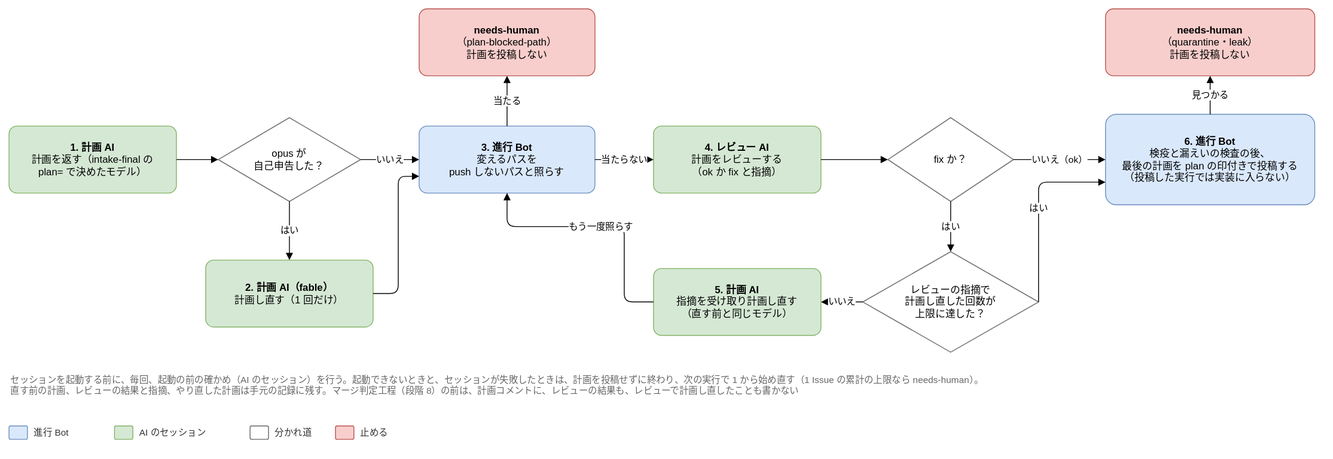
Joymerrevent/dev-autopilot keeps this draw.io diagram as docs/design/basic/diagrams/02-plan-step.drawio.svg. Above is the earlier version. Source tidied: cells renumbered, new cells last; positions are measured from the earlier drawing's top-left corner, leaving out a move shared by most shapes.
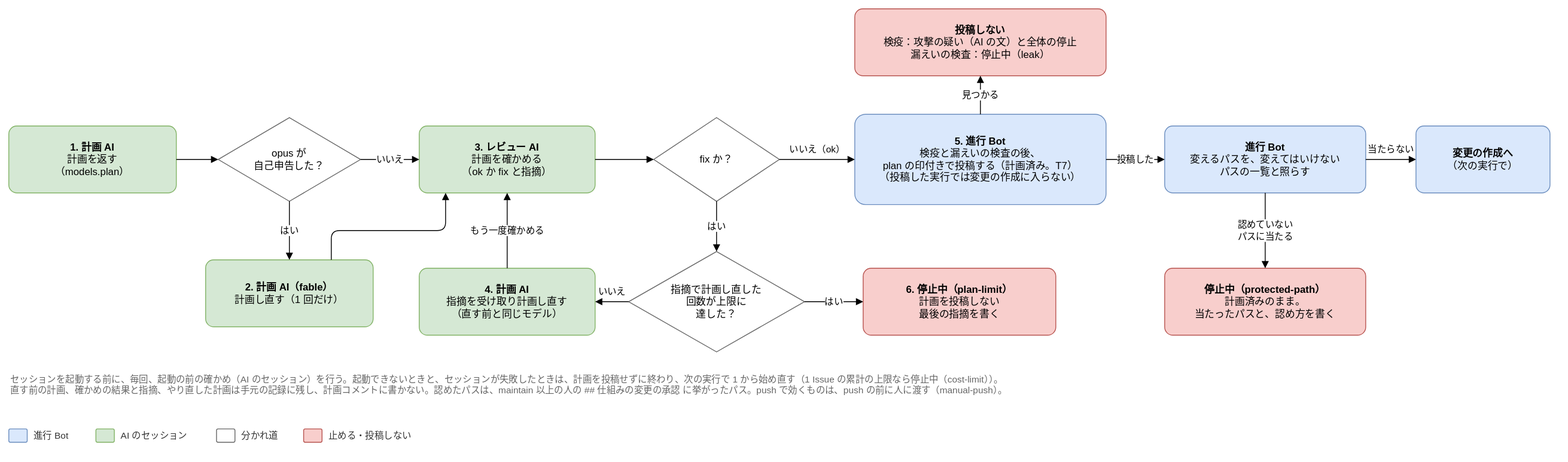
Above is the later version.

The edit, as a diff of the source:
```diff
@@ -2,7 +2,7 @@
   <root>
     <mxCell id="0" />
     <mxCell id="1" parent="0" />
-    <mxCell id="2" value="&lt;b&gt;1. 計画 AI&lt;/b&gt;&lt;br&gt;計画を返す（intake-final の&lt;br&gt;plan= で決めたモデル）" style="rounded=1;whiteSpace=wrap;html=1;fontSize=12;arcSize=12;spacing=12;fillColor=#d5e8d4;strokeColor=#82b366;" parent="1" vertex="1">
+    <mxCell id="2" value="&lt;b&gt;1. 計画 AI&lt;/b&gt;&lt;br&gt;計画を返す&lt;br&gt;（models.plan）" style="rounded=1;whiteSpace=wrap;html=1;fontSize=12;arcSize=12;spacing=12;fillColor=#d5e8d4;strokeColor=#82b366;" parent="1" vertex="1">
       <mxGeometry y="140" width="200" height="80" as="geometry" />
     </mxCell>
     <mxCell id="3" value="opus が&lt;br&gt;自己申告した？" style="rhombus;whiteSpace=wrap;html=1;fontSize=12;spacing=12;fillColor=#ffffff;strokeColor=#666666;" parent="1" vertex="1">
@@ -11,111 +11,115 @@
     <mxCell id="4" value="&lt;b&gt;2. 計画 AI（fable）&lt;/b&gt;&lt;br&gt;計画し直す（1 回だけ）" style="rounded=1;whiteSpace=wrap;html=1;fontSize=12;arcSize=12;spacing=12;fillColor=#d5e8d4;strokeColor=#82b366;" parent="1" vertex="1">
       <mxGeometry x="235" y="300" width="200" height="80" as="geometry" />
     </mxCell>
-    <mxCell id="5" value="&lt;b&gt;3. 進行 Bot&lt;/b&gt;&lt;br&gt;変えるパスを&lt;br&gt;push しないパスと照らす" style="rounded=1;whiteSpace=wrap;html=1;fontSize=12;arcSize=12;spacing=12;fillColor=#dae8fc;strokeColor=#6c8ebf;" parent="1" vertex="1">
-      <mxGeometry x="490" y="140" width="210" height="80" as="geometry" />
-    </mxCell>
-    <mxCell id="6" value="&lt;b&gt;needs-human&lt;/b&gt;&lt;br&gt;（plan-blocked-path）&lt;br&gt;計画を投稿しない" style="rounded=1;whiteSpace=wrap;html=1;fontSize=12;arcSize=12;spacing=12;fillColor=#f8cecc;strokeColor=#b85450;" parent="1" vertex="1">
-      <mxGeometry x="490" width="210" height="80" as="geometry" />
-    </mxCell>
-    <mxCell id="7" value="&lt;b&gt;4. レビュー AI&lt;/b&gt;&lt;br&gt;計画をレビューする&lt;br&gt;（ok か fix と指摘）" style="rounded=1;whiteSpace=wrap;html=1;fontSize=12;arcSize=12;spacing=12;fillColor=#d5e8d4;strokeColor=#82b366;" parent="1" vertex="1">
-      <mxGeometry x="770" y="140" width="200" height="80" as="geometry" />
-    </mxCell>
+    <mxCell id="35" value="&lt;b&gt;3. レビュー AI&lt;/b&gt;&lt;br&gt;計画を確かめる&lt;br&gt;（ok か fix と指摘）" style="rounded=1;whiteSpace=wrap;html=1;fontSize=12;arcSize=12;spacing=12;fillColor=#d5e8d4;strokeColor=#82b366;" parent="1" vertex="1">
+      <mxGeometry x="490" y="140" width="210" height="80" as="geometry" />
+    </mxCell>
     <mxCell id="8" value="fix か？" style="rhombus;whiteSpace=wrap;html=1;fontSize=12;spacing=12;fillColor=#ffffff;strokeColor=#666666;" parent="1" vertex="1">
-      <mxGeometry x="1050" y="130" width="150" height="100" as="geometry" />
+      <mxGeometry x="770" y="130" width="150" height="100" as="geometry" />
     </mxCell>
-    <mxCell id="9" value="レビューの指摘で&lt;br&gt;計画し直した回数が&lt;br&gt;上限に達した？" style="rhombus;whiteSpace=wrap;html=1;fontSize=12;spacing=12;fillColor=#ffffff;strokeColor=#666666;" parent="1" vertex="1">
-      <mxGeometry x="1020" y="290" width="210" height="120" as="geometry" />
+    <mxCell id="9" value="指摘で計画し直した&lt;br&gt;回数が上限に&lt;br&gt;達した？" style="rhombus;whiteSpace=wrap;html=1;fontSize=12;spacing=12;fillColor=#ffffff;strokeColor=#666666;" parent="1" vertex="1">
+      <mxGeometry x="740" y="290" width="210" height="120" as="geometry" />
     </mxCell>
+    <mxCell id="7" value="&lt;b&gt;4. 計画 AI&lt;/b&gt;&lt;br&gt;指摘を受け取り計画し直す&lt;br&gt;（直す前と同じモデル）" style="rounded=1;whiteSpace=wrap;html=1;fontSize=12;arcSize=12;spacing=12;fillColor=#d5e8d4;strokeColor=#82b366;" parent="1" vertex="1">
+      <mxGeometry x="490" y="310" width="210" height="80" as="geometry" />
+    </mxCell>
+    <mxCell id="11" value="&lt;b&gt;6. 停止中（plan-limit）&lt;/b&gt;&lt;br&gt;計画を投稿しない&lt;br&gt;最後の指摘を書く" style="rounded=1;whiteSpace=wrap;html=1;fontSize=12;arcSize=12;spacing=12;fillColor=#f8cecc;strokeColor=#b85450;" parent="1" vertex="1">
+      <mxGeometry x="1020" y="310" width="230" height="80" as="geometry" />
+    </mxCell>
-    <mxCell id="10" value="&lt;b&gt;5. 計画 AI&lt;/b&gt;&lt;br&gt;指摘を受け取り計画し直す&lt;br&gt;（直す前と同じモデル）" style="rounded=1;whiteSpace=wrap;html=1;fontSize=12;arcSize=12;spacing=12;fillColor=#d5e8d4;strokeColor=#82b366;" parent="1" vertex="1">
-      <mxGeometry x="770" y="310" width="200" height="80" as="geometry" />
+    <mxCell id="10" value="&lt;b&gt;5. 進行 Bot&lt;/b&gt;&lt;br&gt;検疫と漏えいの検査の後、&lt;br&gt;plan の印付きで投稿する（計画済み。T7）&lt;br&gt;（投稿した実行では変更の作成に入らない）" style="rounded=1;whiteSpace=wrap;html=1;fontSize=12;arcSize=12;spacing=12;fillColor=#dae8fc;strokeColor=#6c8ebf;" parent="1" vertex="1">
+      <mxGeometry x="1010" y="126" width="300" height="108" as="geometry" />
     </mxCell>
-    <mxCell id="11" value="&lt;b&gt;6. 進行 Bot&lt;/b&gt;&lt;br&gt;検疫と漏えいの検査の後、&lt;br&gt;最後の計画を plan の印付きで投稿する&lt;br&gt;（投稿した実行では実装に入らない）" style="rounded=1;whiteSpace=wrap;html=1;fontSize=12;arcSize=12;spacing=12;fillColor=#dae8fc;strokeColor=#6c8ebf;" parent="1" vertex="1">
-      <mxGeometry x="1310" y="126" width="250" height="108" as="geometry" />
-    </mxCell>
+    <mxCell id="36" value="&lt;b&gt;進行 Bot&lt;/b&gt;&lt;br&gt;変えるパスを、変えてはいけない&lt;br&gt;パスの一覧と照らす" style="rounded=1;whiteSpace=wrap;html=1;fontSize=12;arcSize=12;spacing=12;fillColor=#dae8fc;strokeColor=#6c8ebf;" parent="1" vertex="1">
+      <mxGeometry x="1380" y="140" width="240" height="80" as="geometry" />
+    </mxCell>
+    <mxCell id="37" value="&lt;b&gt;停止中（protected-path）&lt;/b&gt;&lt;br&gt;計画済みのまま。&lt;br&gt;当たったパスと、認め方を書く" style="rounded=1;whiteSpace=wrap;html=1;fontSize=12;arcSize=12;spacing=12;fillColor=#f8cecc;strokeColor=#b85450;" parent="1" vertex="1">
+      <mxGeometry x="1380" y="310" width="240" height="80" as="geometry" />
+    </mxCell>
+    <mxCell id="38" value="&lt;b&gt;投稿しない&lt;/b&gt;&lt;br&gt;検疫：攻撃の疑い（AI の文）と全体の停止&lt;br&gt;漏えいの検査：停止中（leak）" style="rounded=1;whiteSpace=wrap;html=1;fontSize=12;arcSize=12;spacing=12;fillColor=#f8cecc;strokeColor=#b85450;" parent="1" vertex="1">
+      <mxGeometry x="1010" width="300" height="80" as="geometry" />
+    </mxCell>
+    <mxCell id="39" value="&lt;b&gt;変更の作成へ&lt;/b&gt;&lt;br&gt;（次の実行で）" style="rounded=1;whiteSpace=wrap;html=1;fontSize=12;arcSize=12;spacing=12;fillColor=#dae8fc;strokeColor=#6c8ebf;" parent="1" vertex="1">
+      <mxGeometry x="1680" y="140" width="160" height="80" as="geometry" />
+    </mxCell>
     <mxCell id="12" style="edgeStyle=orthogonalEdgeStyle;rounded=1;html=1;endArrow=block;endFill=1;fontSize=11;labelBackgroundColor=#ffffff;exitX=1;exitY=0.5;exitDx=0;exitDy=0;entryX=0;entryY=0.5;entryDx=0;entryDy=0;" parent="1" edge="1" source="2" target="3">
       <mxGeometry relative="1" as="geometry" />
     </mxCell>
     <mxCell id="13" value="はい" style="edgeStyle=orthogonalEdgeStyle;rounded=1;html=1;endArrow=block;endFill=1;fontSize=11;labelBackgroundColor=#ffffff;exitX=0.5;exitY=1;exitDx=0;exitDy=0;entryX=0.5;entryY=0;entryDx=0;entryDy=0;" parent="1" edge="1" source="3" target="4">
       <mxGeometry relative="1" as="geometry" />
     </mxCell>
-    <mxCell id="14" value="いいえ" style="edgeStyle=orthogonalEdgeStyle;rounded=1;html=1;endArrow=block;endFill=1;fontSize=11;labelBackgroundColor=#ffffff;exitX=1;exitY=0.5;exitDx=0;exitDy=0;entryX=0;entryY=0.5;entryDx=0;entryDy=0;" parent="1" edge="1" source="3" target="5">
+    <mxCell id="14" value="いいえ" style="edgeStyle=orthogonalEdgeStyle;rounded=1;html=1;endArrow=block;endFill=1;fontSize=11;labelBackgroundColor=#ffffff;exitX=1;exitY=0.5;exitDx=0;exitDy=0;entryX=0;entryY=0.5;entryDx=0;entryDy=0;" parent="1" edge="1" source="3" target="35">
       <mxGeometry relative="1" as="geometry" />
     </mxCell>
-    <mxCell id="15" style="edgeStyle=orthogonalEdgeStyle;rounded=1;html=1;endArrow=block;endFill=1;fontSize=11;labelBackgroundColor=#ffffff;exitX=1;exitY=0.5;exitDx=0;exitDy=0;entryX=0;entryY=0.75;entryDx=0;entryDy=0;" parent="1" edge="1" source="4" target="5">
+    <mxCell id="15" style="edgeStyle=orthogonalEdgeStyle;rounded=1;html=1;endArrow=block;endFill=1;fontSize=11;labelBackgroundColor=#ffffff;exitX=0.75;exitY=0;exitDx=0;exitDy=0;entryX=0.15;entryY=1;entryDx=0;entryDy=0;" parent="1" edge="1" source="4" target="35">
       <mxGeometry relative="1" as="geometry">
         <Array as="points">
-          <mxPoint x="465" y="340" />
-          <mxPoint x="465" y="200" />
+          <mxPoint x="385" y="265" />
+          <mxPoint x="521.5" y="265" />
         </Array>
       </mxGeometry>
     </mxCell>
-    <mxCell id="16" value="当たる" style="edgeStyle=orthogonalEdgeStyle;rounded=1;html=1;endArrow=block;endFill=1;fontSize=11;labelBackgroundColor=#ffffff;exitX=0.5;exitY=0;exitDx=0;exitDy=0;entryX=0.5;entryY=1;entryDx=0;entryDy=0;" parent="1" edge="1" source="5" target="6">
+    <mxCell id="16" style="edgeStyle=orthogonalEdgeStyle;rounded=1;html=1;endArrow=block;endFill=1;fontSize=11;labelBackgroundColor=#ffffff;exitX=1;exitY=0.5;exitDx=0;exitDy=0;entryX=0;entryY=0.5;entryDx=0;entryDy=0;" parent="1" edge="1" source="35" target="8">
       <mxGeometry relative="1" as="geometry" />
     </mxCell>
-    <mxCell id="17" value="当たらない" style="edgeStyle=orthogonalEdgeStyle;rounded=1;html=1;endArrow=block;endFill=1;fontSize=11;labelBackgroundColor=#ffffff;exitX=1;exitY=0.5;exitDx=0;exitDy=0;entryX=0;entryY=0.5;entryDx=0;entryDy=0;" parent="1" edge="1" source="5" target="7">
-      <mxGeometry relative="1" as="geometry" />
+    <mxCell id="17" value="いいえ（ok）" style="edgeStyle=orthogonalEdgeStyle;rounded=1;html=1;endArrow=block;endFill=1;fontSize=11;labelBackgroundColor=#ffffff;exitX=1;exitY=0.5;exitDx=0;exitDy=0;entryX=0;entryY=0.5;entryDx=0;entryDy=0;" parent="1" edge="1" source="8" target="10">
+      <mxGeometry relative="1" as="geometry">
+        <mxPoint y="-12" as="offset" />
+      </mxGeometry>
     </mxCell>
-    <mxCell id="18" style="edgeStyle=orthogonalEdgeStyle;rounded=1;html=1;endArrow=block;endFill=1;fontSize=11;labelBackgroundColor=#ffffff;exitX=1;exitY=0.5;exitDx=0;exitDy=0;entryX=0;entryY=0.5;entryDx=0;entryDy=0;" parent="1" edge="1" source="7" target="8">
+    <mxCell id="18" value="はい" style="edgeStyle=orthogonalEdgeStyle;rounded=1;html=1;endArrow=block;endFill=1;fontSize=11;labelBackgroundColor=#ffffff;exitX=0.5;exitY=1;exitDx=0;exitDy=0;entryX=0.5;entryY=0;entryDx=0;entryDy=0;" parent="1" edge="1" source="8" target="9">
       <mxGeometry relative="1" as="geometry" />
     </mxCell>
-    <mxCell id="19" value="いいえ（ok）" style="edgeStyle=orthogonalEdgeStyle;rounded=1;html=1;endArrow=block;endFill=1;fontSize=11;labelBackgroundColor=#ffffff;exitX=1;exitY=0.5;exitDx=0;exitDy=0;entryX=0;entryY=0.5;entryDx=0;entryDy=0;" parent="1" edge="1" source="8" target="11">
+    <mxCell id="19" value="はい" style="edgeStyle=orthogonalEdgeStyle;rounded=1;html=1;endArrow=block;endFill=1;fontSize=11;labelBackgroundColor=#ffffff;exitX=1;exitY=0.5;exitDx=0;exitDy=0;entryX=0;entryY=0.5;entryDx=0;entryDy=0;" parent="1" edge="1" source="9" target="11">
       <mxGeometry relative="1" as="geometry" />
     </mxCell>
-    <mxCell id="20" value="はい" style="edgeStyle=orthogonalEdgeStyle;rounded=1;html=1;endArrow=block;endFill=1;fontSize=11;labelBackgroundColor=#ffffff;exitX=0.5;exitY=1;exitDx=0;exitDy=0;entryX=0.5;entryY=0;entryDx=0;entryDy=0;" parent="1" edge="1" source="8" target="9">
-      <mxGeometry relative="1" as="geometry" />
+    <mxCell id="20" value="いいえ" style="edgeStyle=orthogonalEdgeStyle;rounded=1;html=1;endArrow=block;endFill=1;fontSize=11;labelBackgroundColor=#ffffff;exitX=0;exitY=0.5;exitDx=0;exitDy=0;entryX=1;entryY=0.5;entryDx=0;entryDy=0;" parent="1" edge="1" source="9" target="7">
+      <mxGeometry relative="1" as="geometry">
+        <mxPoint y="-12" as="offset" />
+      </mxGeometry>
     </mxCell>
-    <mxCell id="21" value="はい" style="edgeStyle=orthogonalEdgeStyle;rounded=1;html=1;endArrow=block;endFill=1;fontSize=11;labelBackgroundColor=#ffffff;exitX=1;exitY=0.5;exitDx=0;exitDy=0;entryX=0;entryY=0.75;entryDx=0;entryDy=0;" parent="1" edge="1" source="9" target="11">
-      <mxGeometry relative="1" as="geometry">
-        <Array as="points">
-          <mxPoint x="1230" y="350" />
-          <mxPoint x="1230" y="200" />
-        </Array>
-      </mxGeometry>
+    <mxCell id="21" value="もう一度確かめる" style="edgeStyle=orthogonalEdgeStyle;rounded=1;html=1;endArrow=block;endFill=1;fontSize=11;labelBackgroundColor=#ffffff;exitX=0.5;exitY=0;exitDx=0;exitDy=0;entryX=0.5;entryY=1;entryDx=0;entryDy=0;" parent="1" edge="1" source="7" target="35">
+      <mxGeometry relative="1" as="geometry" />
     </mxCell>
-    <mxCell id="22" value="いいえ" style="edgeStyle=orthogonalEdgeStyle;rounded=1;html=1;endArrow=block;endFill=1;fontSize=11;labelBackgroundColor=#ffffff;exitX=0;exitY=0.5;exitDx=0;exitDy=0;entryX=1;entryY=0.5;entryDx=0;entryDy=0;" parent="1" edge="1" source="9" target="10">
+    <mxCell id="22" value="見つかる" style="edgeStyle=orthogonalEdgeStyle;rounded=1;html=1;endArrow=block;endFill=1;fontSize=11;labelBackgroundColor=#ffffff;exitX=0.5;exitY=0;exitDx=0;exitDy=0;entryX=0.5;entryY=1;entryDx=0;entryDy=0;" parent="1" edge="1" source="10" target="38">
       <mxGeometry relative="1" as="geometry" />
     </mxCell>
-    <mxCell id="23" value="もう一度照らす" style="edgeStyle=orthogonalEdgeStyle;rounded=1;html=1;endArrow=block;endFill=1;fontSize=11;labelBackgroundColor=#ffffff;exitX=0;exitY=0.5;exitDx=0;exitDy=0;entryX=0.5;entryY=1;entryDx=0;entryDy=0;" parent="1" edge="1" source="10" target="5">
-      <mxGeometry relative="1" as="geometry">
-        <Array as="points">
-          <mxPoint x="735" y="350" />
-          <mxPoint x="735" y="260" />
-          <mxPoint x="595" y="260" />
-        </Array>
-      </mxGeometry>
+    <mxCell id="23" value="投稿した" style="edgeStyle=orthogonalEdgeStyle;rounded=1;html=1;endArrow=block;endFill=1;fontSize=11;labelBackgroundColor=#ffffff;exitX=1;exitY=0.5;exitDx=0;exitDy=0;entryX=0;entryY=0.5;entryDx=0;entryDy=0;" parent="1" edge="1" source="10" target="36">
+      <mxGeometry relative="1" as="geometry" />
     </mxCell>
+    <mxCell id="34" value="認めていない&lt;br&gt;パスに当たる" style="edgeStyle=orthogonalEdgeStyle;rounded=1;html=1;endArrow=block;endFill=1;fontSize=11;labelBackgroundColor=#ffffff;exitX=0.5;exitY=1;exitDx=0;exitDy=0;entryX=0.5;entryY=0;entryDx=0;entryDy=0;" parent="1" edge="1" source="36" target="37">
+      <mxGeometry relative="1" as="geometry" />
+    </mxCell>
+    <mxCell id="40" value="当たらない" style="edgeStyle=orthogonalEdgeStyle;rounded=1;html=1;endArrow=block;endFill=1;fontSize=11;labelBackgroundColor=#ffffff;exitX=1;exitY=0.5;exitDx=0;exitDy=0;entryX=0;entryY=0.5;entryDx=0;entryDy=0;" parent="1" edge="1" source="36" target="39">
+      <mxGeometry relative="1" as="geometry">
+        <mxPoint y="-12" as="offset" />
+      </mxGeometry>
+    </mxCell>
-    <mxCell id="24" value="セッションを起動する前に、毎回、起動の前の確かめ（AI のセッション）を行う。起動できないときと、セッションが失敗したときは、計画を投稿せずに終わり、次の実行で 1 から始め直す（1 Issue の累計の上限なら needs-human）。&lt;br&gt;直す前の計画、レビューの結果と指摘、やり直した計画は手元の記録に残す。マージ判定工程（段階 8）の前は、計画コメントに、レビューの結果も、レビューで計画し直したことも書かない" style="text;html=1;whiteSpace=wrap;align=left;verticalAlign=top;fontSize=11;fontColor=#666666;" parent="1" vertex="1">
-      <mxGeometry y="430" width="1560" height="54" as="geometry" />
+    <mxCell id="24" value="セッションを起動する前に、毎回、起動の前の確かめ（AI のセッション）を行う。起動できないときと、セッションが失敗したときは、計画を投稿せずに終わり、次の実行で 1 から始め直す（1 Issue の累計の上限なら停止中（cost-limit））。&lt;br&gt;直す前の計画、確かめの結果と指摘、やり直した計画は手元の記録に残し、計画コメントに書かない。認めたパスは、maintain 以上の人の ## 仕組みの変更の承認 に挙がったパス。push で効くものは、push の前に人に渡す（manual-push）。" style="text;html=1;whiteSpace=wrap;align=left;verticalAlign=top;fontSize=11;fontColor=#666666;" parent="1" vertex="1">
+      <mxGeometry y="430" width="1840" height="54" as="geometry" />
     </mxCell>
     <mxCell id="25" style="rounded=1;whiteSpace=wrap;html=1;fontSize=12;arcSize=12;spacing=12;fillColor=#dae8fc;strokeColor=#6c8ebf;" parent="1" vertex="1">
-      <mxGeometry y="498" width="22" height="16" as="geometry" />
+      <mxGeometry y="502" width="22" height="16" as="geometry" />
     </mxCell>
     <mxCell id="26" value="進行 Bot" style="text;html=1;align=left;verticalAlign=middle;fontSize=11;fontColor=#333333;" parent="1" vertex="1">
-      <mxGeometry x="28" y="496" width="82" height="20" as="geometry" />
+      <mxGeometry x="28" y="500" width="60" height="20" as="geometry" />
     </mxCell>
     <mxCell id="27" style="rounded=1;whiteSpace=wrap;html=1;fontSize=12;arcSize=12;spacing=12;fillColor=#d5e8d4;strokeColor=#82b366;" parent="1" vertex="1">
-      <mxGeometry x="126" y="498" width="22" height="16" as="geometry" />
+      <mxGeometry x="104" y="502" width="22" height="16" as="geometry" />
     </mxCell>
     <mxCell id="28" value="AI のセッション" style="text;html=1;align=left;verticalAlign=middle;fontSize=11;fontColor=#333333;" parent="1" vertex="1">
-      <mxGeometry x="154" y="496" width="118" height="20" as="geometry" />
+      <mxGeometry x="132" y="500" width="100" height="20" as="geometry" />
     </mxCell>
     <mxCell id="29" style="rounded=1;whiteSpace=wrap;html=1;fontSize=12;arcSize=12;spacing=12;fillColor=#ffffff;strokeColor=#666666;" parent="1" vertex="1">
-      <mxGeometry x="288" y="498" width="22" height="16" as="geometry" />
+      <mxGeometry x="248" y="502" width="22" height="16" as="geometry" />
     </mxCell>
     <mxCell id="30" value="分かれ道" style="text;html=1;align=left;verticalAlign=middle;fontSize=11;fontColor=#333333;" parent="1" vertex="1">
-      <mxGeometry x="316" y="496" width="58" height="20" as="geometry" />
+      <mxGeometry x="276" y="500" width="60" height="20" as="geometry" />
     </mxCell>
     <mxCell id="31" style="rounded=1;whiteSpace=wrap;html=1;fontSize=12;arcSize=12;spacing=12;fillColor=#f8cecc;strokeColor=#b85450;" parent="1" vertex="1">
-      <mxGeometry x="390" y="498" width="22" height="16" as="geometry" />
+      <mxGeometry x="352" y="502" width="22" height="16" as="geometry" />
     </mxCell>
-    <mxCell id="32" value="止める" style="text;html=1;align=left;verticalAlign=middle;fontSize=11;fontColor=#333333;" parent="1" vertex="1">
-      <mxGeometry x="418" y="496" width="46" height="20" as="geometry" />
+    <mxCell id="32" value="止める・投稿しない" style="text;html=1;align=left;verticalAlign=middle;fontSize=11;fontColor=#333333;" parent="1" vertex="1">
+      <mxGeometry x="380" y="500" width="120" height="20" as="geometry" />
     </mxCell>
-    <mxCell id="33" value="&lt;b&gt;needs-human&lt;/b&gt;&lt;br&gt;（quarantine・leak）&lt;br&gt;計画を投稿しない" style="rounded=1;whiteSpace=wrap;html=1;fontSize=12;arcSize=12;spacing=12;fillColor=#f8cecc;strokeColor=#b85450;" parent="1" vertex="1">
-      <mxGeometry x="1310" width="250" height="80" as="geometry" />
-    </mxCell>
-    <mxCell id="34" value="見つかる" style="edgeStyle=orthogonalEdgeStyle;rounded=1;html=1;endArrow=block;endFill=1;fontSize=11;labelBackgroundColor=#ffffff;exitX=0.5;exitY=0;exitDx=0;exitDy=0;entryX=0.5;entryY=1;entryDx=0;entryDy=0;" parent="1" edge="1" source="11" target="33">
-      <mxGeometry relative="1" as="geometry" />
-    </mxCell>
   </root>
 </mxGraphModel>
```
